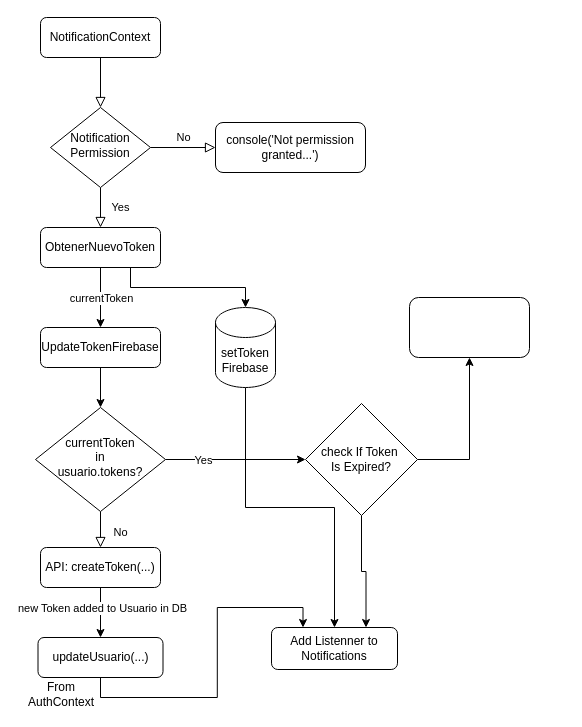
The draw.io diagram FCM ciclo de vida Token.drawio in ariel0000/bar-app-diagrams, before the edit. Source tidied: cells renumbered, new cells numbered last; positions are measured from the earlier drawing's top-left corner, leaving out a move shared by most shapes. Both pictures are drawn from the tidied source at 100%, with x=0, y=0 at pixel (31, 17).
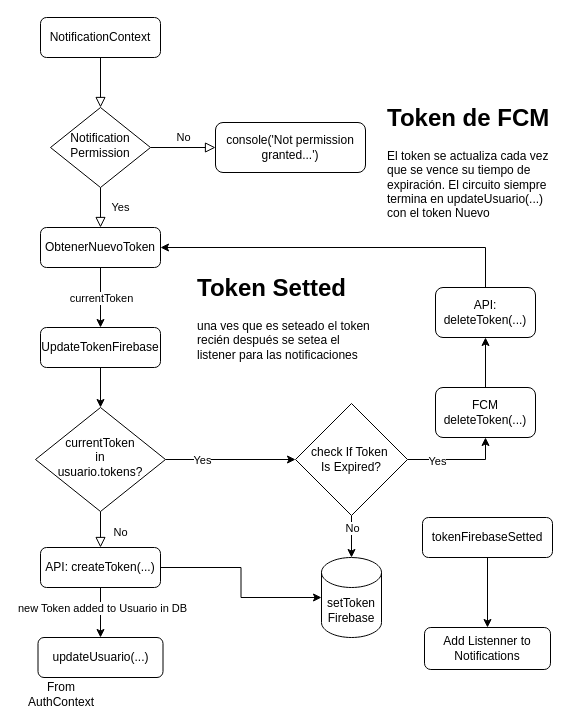
After the change.

The change refers to these unchanged cells:
```xml
<mxCell id="14" value="API: createToken(...)" style="rounded=1;whiteSpace=wrap;html=1;fontSize=12;glass=0;strokeWidth=1;shadow=0;" parent="1" vertex="1">
  <mxGeometry x="9" y="530" width="120" height="40" as="geometry" />
</mxCell>
<mxCell id="19" value="ObtenerNuevoToken" style="rounded=1;whiteSpace=wrap;html=1;fontSize=12;glass=0;strokeWidth=1;shadow=0;" parent="1" vertex="1">
  <mxGeometry x="9" y="210" width="120" height="40" as="geometry" />
</mxCell>
<mxCell id="25" value="updateUsuario(...)" style="rounded=1;whiteSpace=wrap;html=1;fontSize=12;glass=0;strokeWidth=1;shadow=0;" parent="1" vertex="1">
  <mxGeometry x="6.5" y="620" width="125" height="40" as="geometry" />
</mxCell>
```

Diff of the diagram source:
```diff
@@
     <mxCell id="15" value="Add Listenner to Notifications" style="rounded=1;whiteSpace=wrap;html=1;fontSize=12;glass=0;strokeWidth=1;shadow=0;" parent="1" vertex="1">
-      <mxGeometry x="240" y="610" width="126" height="42" as="geometry" />
+      <mxGeometry x="393" y="610" width="126" height="42" as="geometry" />
     </mxCell>
@@
-    <mxCell id="18" style="edgeStyle=orthogonalEdgeStyle;rounded=0;jettySize=auto;html=1;exitX=0.75;exitY=1;exitDx=0;exitDy=0;" parent="1" edge="1" source="19" target="23">
-      <mxGeometry relative="1" as="geometry" />
-    </mxCell>
@@
-    <mxCell id="22" style="edgeStyle=orthogonalEdgeStyle;rounded=0;jettySize=auto;html=1;exitX=0.5;exitY=1;exitDx=0;exitDy=0;exitPerimeter=0;entryX=0.5;entryY=0;entryDx=0;entryDy=0;" parent="1" edge="1" source="23" target="15">
-      <mxGeometry relative="1" as="geometry" />
-    </mxCell>
-    <mxCell id="23" value="setToken Firebase" style="shape=cylinder3;whiteSpace=wrap;html=1;boundedLbl=1;backgroundOutline=1;size=15;" parent="1" vertex="1">
-      <mxGeometry x="184" y="290" width="60" height="80" as="geometry" />
-    </mxCell>
-    <mxCell id="24" style="edgeStyle=orthogonalEdgeStyle;rounded=0;jettySize=auto;html=1;exitX=0.5;exitY=1;exitDx=0;exitDy=0;entryX=0.25;entryY=0;entryDx=0;entryDy=0;" parent="1" edge="1" source="25" target="15">
-      <mxGeometry relative="1" as="geometry" />
-    </mxCell>
@@
-    <mxCell id="27" style="edgeStyle=orthogonalEdgeStyle;rounded=0;jettySize=auto;html=1;exitX=0.5;exitY=1;exitDx=0;exitDy=0;entryX=0.75;entryY=0;entryDx=0;entryDy=0;" parent="1" edge="1" source="29" target="15">
+    <mxCell id="27" style="edgeStyle=orthogonalEdgeStyle;rounded=0;jettySize=auto;html=1;exitX=0.5;exitY=1;exitDx=0;exitDy=0;entryX=0.5;entryY=0;entryDx=0;entryDy=0;entryPerimeter=0;" parent="1" edge="1" source="29" target="23">
       <mxGeometry relative="1" as="geometry" />
     </mxCell>
-    <mxCell id="28" style="edgeStyle=orthogonalEdgeStyle;rounded=0;jettySize=auto;html=1;exitX=1;exitY=0.5;exitDx=0;exitDy=0;entryX=0.5;entryY=1;entryDx=0;entryDy=0;" parent="1" edge="1" source="29" target="30">
-      <mxGeometry relative="1" as="geometry" />
-    </mxCell>
+    <mxCell id="31" value="No" style="edgeLabel;html=1;align=center;verticalAlign=middle;" parent="27" vertex="1">
+      <mxGeometry x="-0.68" relative="1" as="geometry">
+        <mxPoint y="5" as="offset" />
+      </mxGeometry>
+    </mxCell>
+    <mxCell id="32" style="edgeStyle=orthogonalEdgeStyle;rounded=0;jettySize=auto;html=1;exitX=1;exitY=0.5;exitDx=0;exitDy=0;entryX=0.5;entryY=1;entryDx=0;entryDy=0;" parent="1" edge="1" source="29" target="36">
+      <mxGeometry relative="1" as="geometry" />
+    </mxCell>
+    <mxCell id="33" value="Yes" style="edgeLabel;html=1;align=center;verticalAlign=middle;" parent="32" vertex="1">
+      <mxGeometry x="-0.42" y="-1" relative="1" as="geometry" />
+    </mxCell>
     <mxCell id="29" value="check If Token&amp;nbsp;&lt;div&gt;Is Expired?&lt;/div&gt;" style="rhombus;whiteSpace=wrap;html=1;" parent="1" vertex="1">
-      <mxGeometry x="274" y="386" width="112" height="112" as="geometry" />
+      <mxGeometry x="264" y="386" width="112" height="112" as="geometry" />
     </mxCell>
+    <mxCell id="34" style="edgeStyle=orthogonalEdgeStyle;rounded=0;jettySize=auto;html=1;exitX=0.5;exitY=0;exitDx=0;exitDy=0;entryX=1;entryY=0.5;entryDx=0;entryDy=0;" parent="1" edge="1" source="30" target="19">
+      <mxGeometry relative="1" as="geometry" />
+    </mxCell>
-    <mxCell id="30" style="rounded=1;whiteSpace=wrap;html=1;" parent="1" vertex="1">
-      <mxGeometry x="378" y="280" width="120" height="60" as="geometry" />
+    <mxCell id="30" value="API: deleteToken(...)" style="rounded=1;whiteSpace=wrap;html=1;" parent="1" vertex="1">
+      <mxGeometry x="404" y="270" width="100" height="50" as="geometry" />
     </mxCell>
+    <mxCell id="35" style="edgeStyle=orthogonalEdgeStyle;rounded=0;jettySize=auto;html=1;exitX=0.5;exitY=0;exitDx=0;exitDy=0;entryX=0.5;entryY=1;entryDx=0;entryDy=0;" parent="1" edge="1" source="36" target="30">
+      <mxGeometry relative="1" as="geometry" />
+    </mxCell>
+    <mxCell id="36" value="FCM&lt;div&gt;deleteToken(...)&lt;/div&gt;" style="rounded=1;whiteSpace=wrap;html=1;" parent="1" vertex="1">
+      <mxGeometry x="404" y="370" width="100" height="50" as="geometry" />
+    </mxCell>
+    <mxCell id="37" value="&lt;h1 style=&quot;margin-top: 0px;&quot;&gt;Token de FCM&lt;/h1&gt;&lt;p&gt;El token se actualiza cada vez que se vence su tiempo de expiración. El circuito siempre termina en updateUsuario(...) con el token Nuevo&lt;/p&gt;" style="text;html=1;whiteSpace=wrap;overflow=hidden;rounded=0;" parent="1" vertex="1">
+      <mxGeometry x="354" y="80" width="180" height="120" as="geometry" />
+    </mxCell>
+    <mxCell id="23" value="setToken Firebase" style="shape=cylinder3;whiteSpace=wrap;html=1;boundedLbl=1;backgroundOutline=1;size=15;" parent="1" vertex="1">
+      <mxGeometry x="290" y="540" width="60" height="80" as="geometry" />
+    </mxCell>
+    <mxCell id="38" style="edgeStyle=orthogonalEdgeStyle;rounded=0;jettySize=auto;html=1;exitX=0.5;exitY=1;exitDx=0;exitDy=0;" parent="1" edge="1" source="39" target="15">
+      <mxGeometry relative="1" as="geometry" />
+    </mxCell>
+    <mxCell id="39" value="tokenFirebaseSetted" style="rounded=1;whiteSpace=wrap;html=1;" parent="1" vertex="1">
+      <mxGeometry x="391" y="500" width="130" height="40" as="geometry" />
+    </mxCell>
+    <mxCell id="40" value="&lt;h1 style=&quot;margin-top: 0px;&quot;&gt;Token Setted&lt;/h1&gt;&lt;p&gt;una ves que es seteado el token recién después se setea el listener para las notificaciones&lt;/p&gt;" style="text;html=1;whiteSpace=wrap;overflow=hidden;rounded=0;" parent="1" vertex="1">
+      <mxGeometry x="164" y="250" width="180" height="110" as="geometry" />
+    </mxCell>
+    <mxCell id="41" style="edgeStyle=orthogonalEdgeStyle;rounded=0;jettySize=auto;html=1;exitX=1;exitY=0.5;exitDx=0;exitDy=0;entryX=0;entryY=0.5;entryDx=0;entryDy=0;entryPerimeter=0;" parent="1" edge="1" source="14" target="23">
+      <mxGeometry relative="1" as="geometry" />
+    </mxCell>
```
